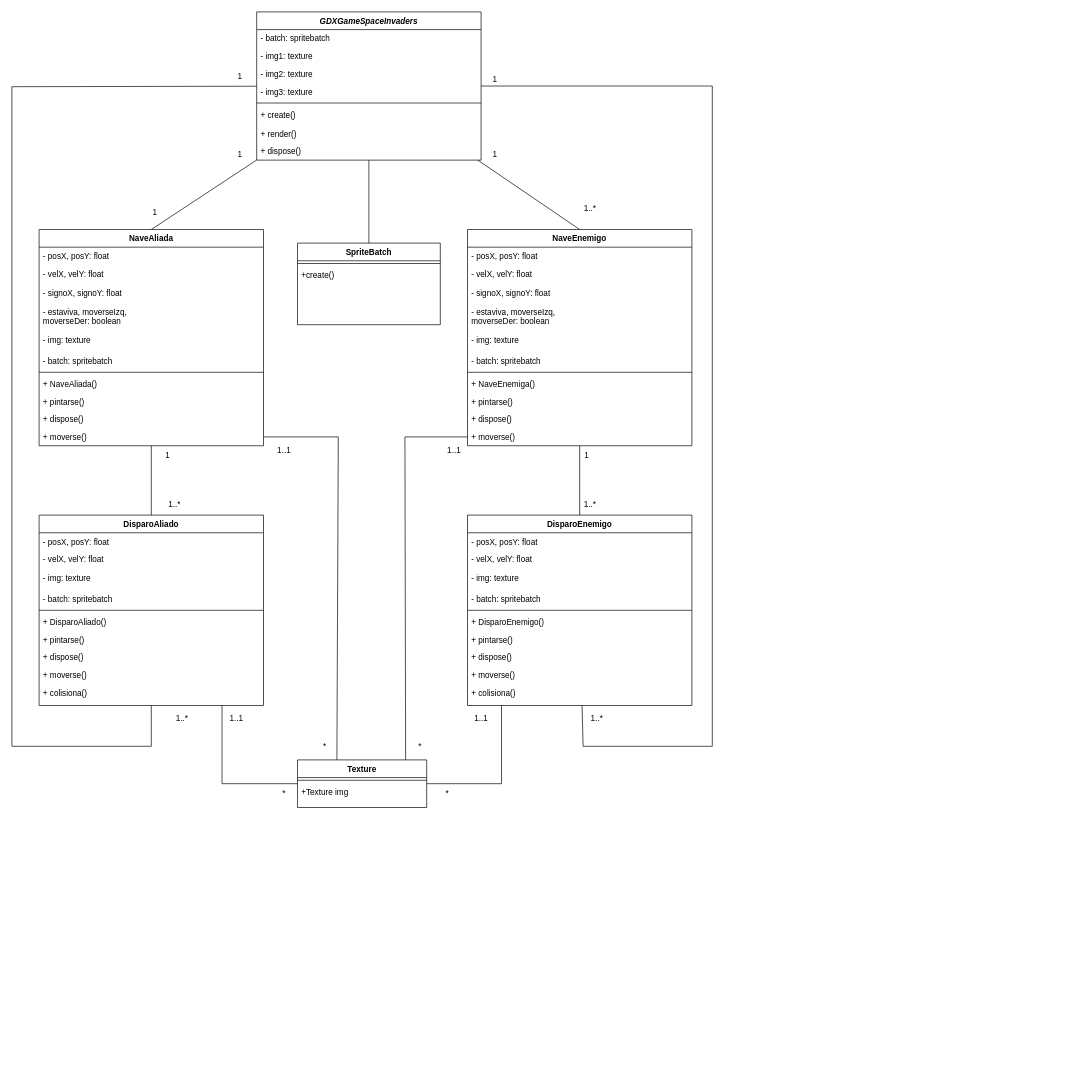
Above: Diagramas/DiagramaClasesSpaceInvaders.drawio in FranBuenoBerlanga/SpaceInvadersSCRUM (draw.io), before the change. Source tidied: cells renumbered, new cells numbered last; positions are measured from the earlier drawing's top-left corner, leaving out a move shared by most shapes. Both pictures are drawn from the tidied source at 68%, with x=0, y=0 at pixel (12, 12).
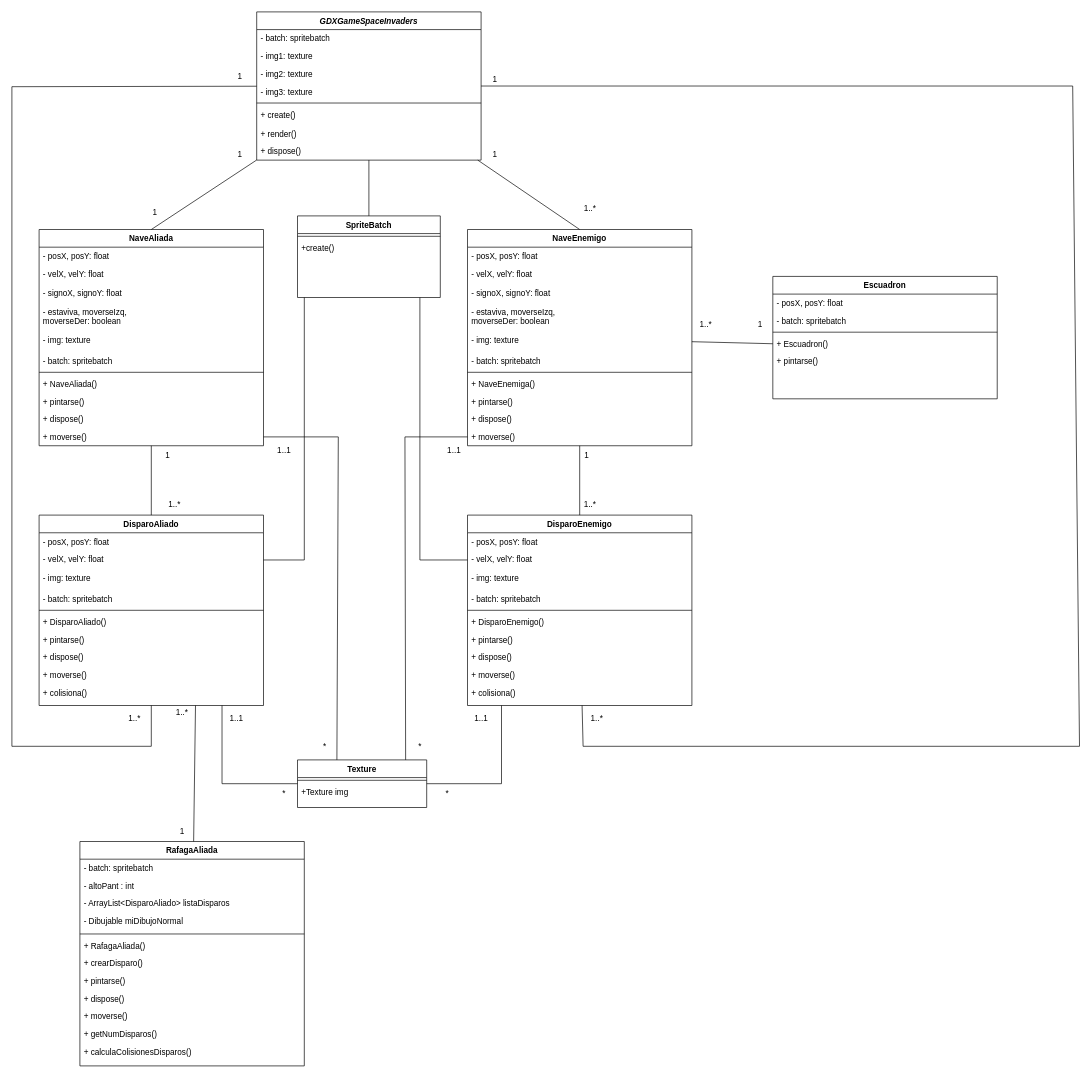
The same diagram, later.

Commit message (it also covers changes not shown here):
Diagramas de clases y de objetos actualizados

Unchanged cells that the change refers to:
```xml
<mxCell id="2" value="GDXGameSpaceInvaders" style="swimlane;fontStyle=3;align=center;verticalAlign=top;horizontal=1;startSize=26;rounded=0;shadow=0;strokeWidth=1;" parent="1" vertex="1">
  <mxGeometry x="360" width="330" height="218" as="geometry" />
</mxCell>
<mxCell id="28" value="- img: texture" style="text;align=left;verticalAlign=top;spacingLeft=4;spacingRight=4;overflow=hidden;points=[[0,0.5],[1,0.5]];portConstraint=eastwest;rounded=0;shadow=0;html=0;" parent="23" vertex="1">
  <mxGeometry y="150" width="330" height="30" as="geometry" />
</mxCell>
<mxCell id="37" value="- velX, velY: float" style="text;align=left;verticalAlign=top;spacingLeft=4;spacingRight=4;overflow=hidden;points=[[0,0.5],[1,0.5]];portConstraint=eastwest;rounded=0;shadow=0;html=0;" parent="35" vertex="1">
  <mxGeometry y="52" width="330" height="28" as="geometry" />
</mxCell>
<mxCell id="46" value="DisparoEnemigo" style="swimlane;fontStyle=1;align=center;verticalAlign=top;horizontal=1;startSize=26;rounded=0;shadow=0;strokeWidth=1;" parent="1" vertex="1">
  <mxGeometry x="670" y="740" width="330" height="280" as="geometry" />
</mxCell>
<mxCell id="48" value="- velX, velY: float" style="text;align=left;verticalAlign=top;spacingLeft=4;spacingRight=4;overflow=hidden;points=[[0,0.5],[1,0.5]];portConstraint=eastwest;rounded=0;shadow=0;html=0;" parent="46" vertex="1">
  <mxGeometry y="52" width="330" height="28" as="geometry" />
</mxCell>
```

Change to the diagram source:
```diff
@@
     <mxCell id="68" style="endArrow=none;html=1;rounded=0;" parent="1" edge="1" source="2" target="46">
       <mxGeometry relative="1" as="geometry">
         <Array as="points">
-          <mxPoint x="1030" y="109" />
-          <mxPoint x="1030" y="1080" />
+          <mxPoint x="1560" y="109" />
+          <mxPoint x="1570" y="1080" />
           <mxPoint x="840" y="1080" />
         </Array>
       </mxGeometry>
     </mxCell>
     <mxCell id="69" value="1..*" style="text;html=1;align=center;verticalAlign=middle;strokeColor=none;fillColor=none;" parent="1" vertex="1">
-      <mxGeometry x="230" y="1025" width="40" height="30" as="geometry" />
+      <mxGeometry x="160" y="1025" width="40" height="30" as="geometry" />
     </mxCell>
@@
     <mxCell id="75" value="SpriteBatch" style="swimlane;fontStyle=1;align=center;verticalAlign=top;horizontal=1;startSize=26;rounded=0;shadow=0;strokeWidth=1;" parent="1" vertex="1">
-      <mxGeometry x="420" y="340" width="210" height="120" as="geometry" />
+      <mxGeometry x="420" y="300" width="210" height="120" as="geometry" />
     </mxCell>
@@
+    <mxCell id="94" value="Escuadron" style="swimlane;fontStyle=1;align=center;verticalAlign=top;horizontal=1;startSize=26;rounded=0;shadow=0;strokeWidth=1;" parent="1" vertex="1">
+      <mxGeometry x="1119" y="389" width="330" height="180" as="geometry" />
+    </mxCell>
+    <mxCell id="95" value="- posX, posY: float" style="text;align=left;verticalAlign=top;spacingLeft=4;spacingRight=4;overflow=hidden;" parent="94" vertex="1">
+      <mxGeometry y="26" width="330" height="26" as="geometry" />
+    </mxCell>
+    <mxCell id="96" value="- batch: spritebatch" style="text;align=left;verticalAlign=top;spacingLeft=4;spacingRight=4;overflow=hidden;" parent="94" vertex="1">
+      <mxGeometry y="52" width="330" height="26" as="geometry" />
+    </mxCell>
+    <mxCell id="97" style="line;html=1;strokeWidth=1;align=left;verticalAlign=middle;spacingTop=-1;spacingLeft=3;spacingRight=3;labelPosition=right;" parent="94" vertex="1">
+      <mxGeometry y="78" width="330" height="8" as="geometry" />
+    </mxCell>
+    <mxCell id="98" value="+ Escuadron()" style="text;align=left;verticalAlign=top;spacingLeft=4;spacingRight=4;overflow=hidden;points=[[0,0.5],[1,0.5]];portConstraint=eastwest;fontStyle=0;" parent="94" vertex="1">
+      <mxGeometry y="86" width="330" height="26" as="geometry" />
+    </mxCell>
+    <mxCell id="99" value="+ pintarse()" style="text;align=left;verticalAlign=top;spacingLeft=4;spacingRight=4;overflow=hidden;fontStyle=0;" parent="94" vertex="1">
+      <mxGeometry y="112" width="330" height="26" as="geometry" />
+    </mxCell>
+    <mxCell id="100" value="RafagaAliada" style="swimlane;fontStyle=1;align=center;verticalAlign=top;horizontal=1;startSize=26;rounded=0;shadow=0;strokeWidth=1;" parent="1" vertex="1">
+      <mxGeometry x="100" y="1220" width="330" height="330" as="geometry" />
+    </mxCell>
+    <mxCell id="101" value="- batch: spritebatch" style="text;align=left;verticalAlign=top;spacingLeft=4;spacingRight=4;overflow=hidden;" parent="100" vertex="1">
+      <mxGeometry y="26" width="330" height="26" as="geometry" />
+    </mxCell>
+    <mxCell id="102" value="- altoPant : int" style="text;align=left;verticalAlign=top;spacingLeft=4;spacingRight=4;overflow=hidden;" parent="100" vertex="1">
+      <mxGeometry y="52" width="330" height="26" as="geometry" />
+    </mxCell>
+    <mxCell id="103" value="- ArrayList&lt;DisparoAliado&gt; listaDisparos" style="text;align=left;verticalAlign=top;spacingLeft=4;spacingRight=4;overflow=hidden;" parent="100" vertex="1">
+      <mxGeometry y="78" width="330" height="26" as="geometry" />
+    </mxCell>
+    <mxCell id="104" value="- Dibujable miDibujoNormal" style="text;align=left;verticalAlign=top;spacingLeft=4;spacingRight=4;overflow=hidden;rounded=0;shadow=0;html=0;" parent="100" vertex="1">
+      <mxGeometry y="104" width="330" height="28" as="geometry" />
+    </mxCell>
+    <mxCell id="105" style="line;html=1;strokeWidth=1;align=left;verticalAlign=middle;spacingTop=-1;spacingLeft=3;spacingRight=3;labelPosition=right;" parent="100" vertex="1">
+      <mxGeometry y="132" width="330" height="8" as="geometry" />
+    </mxCell>
+    <mxCell id="106" value="+ RafagaAliada()" style="text;align=left;verticalAlign=top;spacingLeft=4;spacingRight=4;overflow=hidden;fontStyle=0;" parent="100" vertex="1">
+      <mxGeometry y="140" width="330" height="26" as="geometry" />
+    </mxCell>
+    <mxCell id="107" value="+ crearDisparo()" style="text;align=left;verticalAlign=top;spacingLeft=4;spacingRight=4;overflow=hidden;fontStyle=0;" parent="100" vertex="1">
+      <mxGeometry y="166" width="330" height="26" as="geometry" />
+    </mxCell>
+    <mxCell id="108" value="+ pintarse()" style="text;align=left;verticalAlign=top;spacingLeft=4;spacingRight=4;overflow=hidden;fontStyle=0;" parent="100" vertex="1">
+      <mxGeometry y="192" width="330" height="26" as="geometry" />
+    </mxCell>
+    <mxCell id="109" value="+ dispose()" style="text;align=left;verticalAlign=top;spacingLeft=4;spacingRight=4;overflow=hidden;" parent="100" vertex="1">
+      <mxGeometry y="218" width="330" height="26" as="geometry" />
+    </mxCell>
+    <mxCell id="110" value="+ moverse()" style="text;align=left;verticalAlign=top;spacingLeft=4;spacingRight=4;overflow=hidden;" parent="100" vertex="1">
+      <mxGeometry y="244" width="330" height="26" as="geometry" />
+    </mxCell>
+    <mxCell id="111" value="+ getNumDisparos()" style="text;align=left;verticalAlign=top;spacingLeft=4;spacingRight=4;overflow=hidden;" parent="100" vertex="1">
+      <mxGeometry y="270" width="330" height="26" as="geometry" />
+    </mxCell>
+    <mxCell id="112" value="+ calculaColisionesDisparos()" style="text;align=left;verticalAlign=top;spacingLeft=4;spacingRight=4;overflow=hidden;" parent="100" vertex="1">
+      <mxGeometry y="296" width="330" height="26" as="geometry" />
+    </mxCell>
+    <mxCell id="113" style="endArrow=none;html=1;rounded=0;exitX=0;exitY=0.5;exitDx=0;exitDy=0;entryX=1;entryY=0.5;entryDx=0;entryDy=0;" parent="1" edge="1" source="98" target="28">
+      <mxGeometry relative="1" as="geometry" />
+    </mxCell>
+    <mxCell id="114" style="endArrow=none;html=1;rounded=0;" parent="1" edge="1" source="100">
+      <mxGeometry relative="1" as="geometry">
+        <mxPoint x="270" y="1020" as="targetPoint" />
+      </mxGeometry>
+    </mxCell>
+    <mxCell id="115" value="1" style="text;html=1;align=center;verticalAlign=middle;strokeColor=none;fillColor=none;" parent="1" vertex="1">
+      <mxGeometry x="1085" y="445" width="30" height="30" as="geometry" />
+    </mxCell>
+    <mxCell id="116" value="1..*" style="text;html=1;align=center;verticalAlign=middle;strokeColor=none;fillColor=none;" parent="1" vertex="1">
+      <mxGeometry x="1000" y="445" width="40" height="30" as="geometry" />
+    </mxCell>
+    <mxCell id="117" style="endArrow=none;html=1;rounded=0;exitX=1;exitY=0.5;exitDx=0;exitDy=0;" parent="1" edge="1" source="37">
+      <mxGeometry relative="1" as="geometry">
+        <mxPoint x="430" y="420" as="targetPoint" />
+        <Array as="points">
+          <mxPoint x="430" y="806" />
+        </Array>
+      </mxGeometry>
+    </mxCell>
+    <mxCell id="118" style="endArrow=none;html=1;rounded=0;exitX=0;exitY=0.5;exitDx=0;exitDy=0;" parent="1" edge="1" source="48">
+      <mxGeometry relative="1" as="geometry">
+        <mxPoint x="600" y="420" as="targetPoint" />
+        <Array as="points">
+          <mxPoint x="600" y="806" />
+        </Array>
+      </mxGeometry>
+    </mxCell>
+    <mxCell id="119" value="1..*" style="text;html=1;align=center;verticalAlign=middle;strokeColor=none;fillColor=none;" parent="1" vertex="1">
+      <mxGeometry x="230" y="1015" width="40" height="30" as="geometry" />
+    </mxCell>
+    <mxCell id="120" value="1" style="text;html=1;align=center;verticalAlign=middle;strokeColor=none;fillColor=none;" parent="1" vertex="1">
+      <mxGeometry x="235" y="1190" width="30" height="30" as="geometry" />
+    </mxCell>
```
